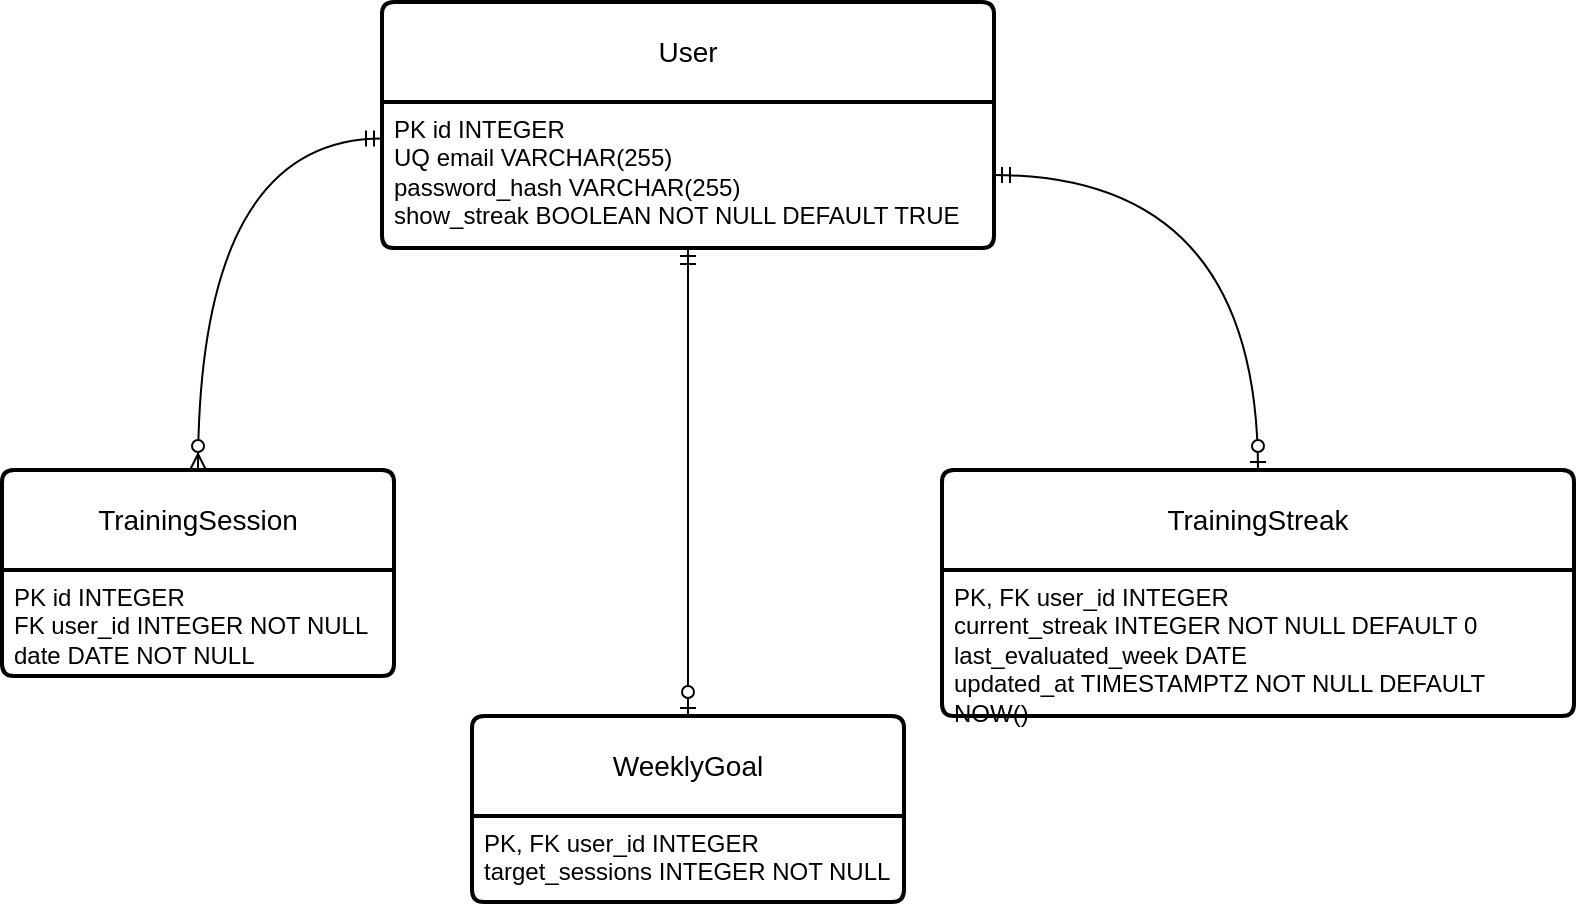
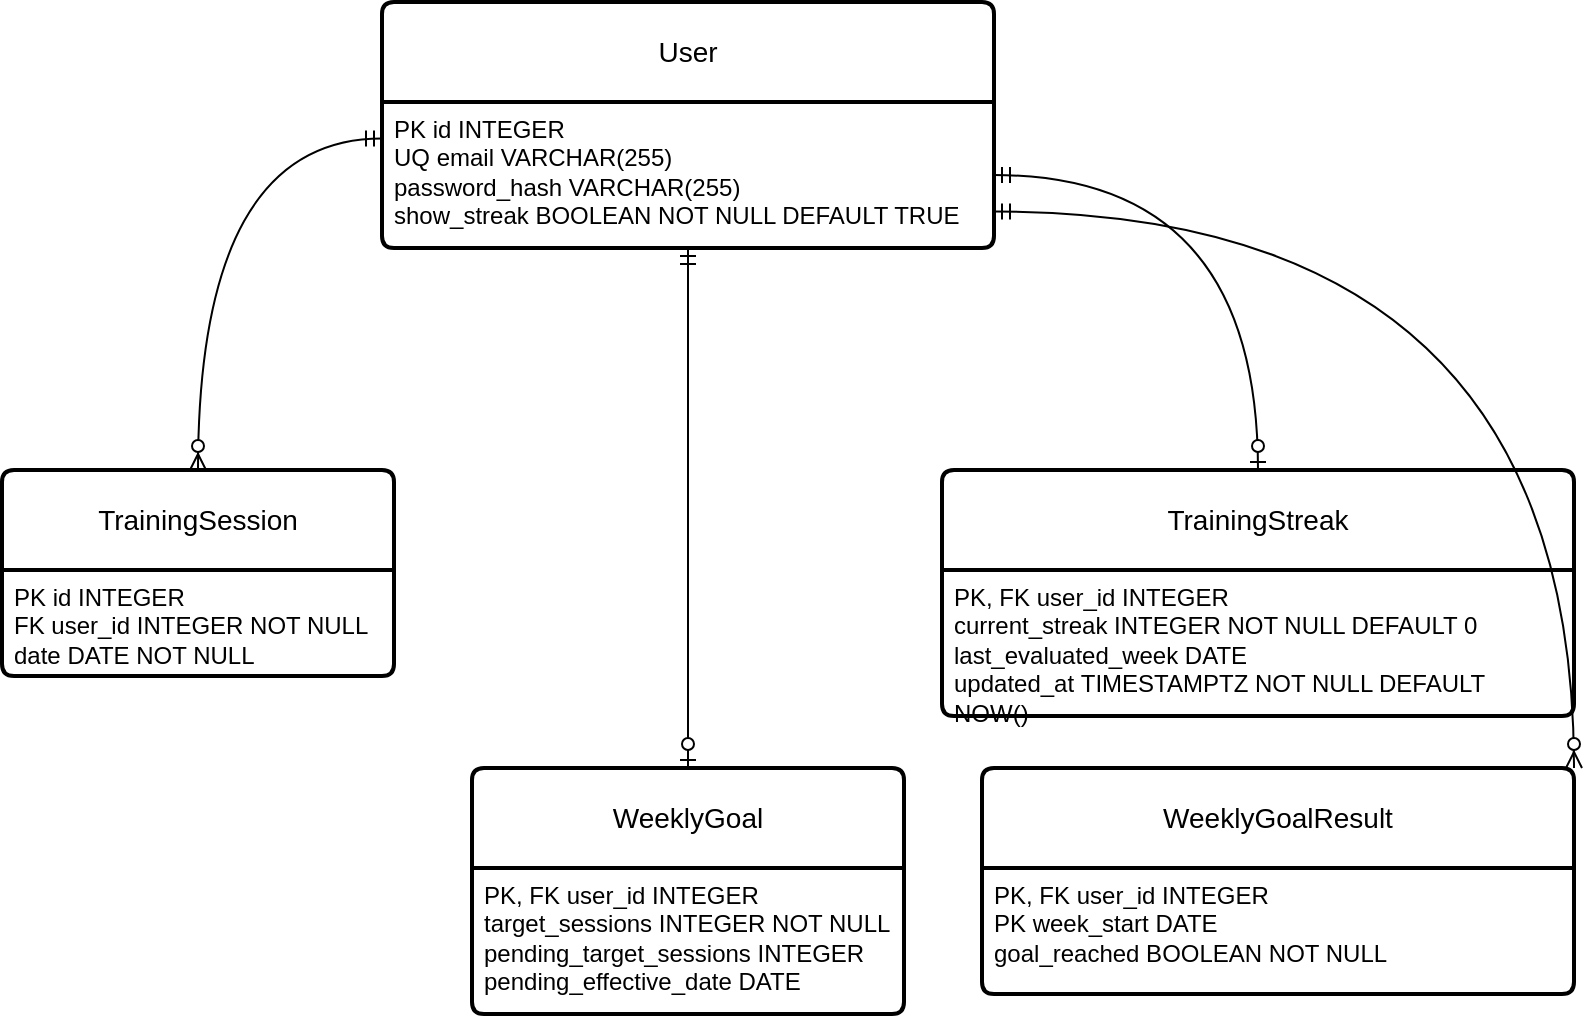
<mxfile host="app.diagrams.net" agent="5.0 (Macintosh; Intel Mac OS X 10_14_6) AppleWebKit/537.36 (KHTML, like Gecko) Chrome/83.0.4103.116 Safari/537.36">
  <diagram id="R2lEEEUBdFMjLlhIrx00" name="Page-1">
    <mxGraphModel dx="1414" dy="743" grid="1" gridSize="10" guides="1" tooltips="1" connect="1" arrows="1" fold="1" page="1" pageScale="1" pageWidth="827" pageHeight="583" math="0" shadow="0" extFonts="Permanent Marker^https://fonts.googleapis.com/css?family=Permanent+Marker">
      <root>
        <mxCell id="0" />
        <mxCell id="1" parent="0" />
        <mxCell id="Xq3O1IXpE6xfkBdjZymh-1" parent="1" style="swimlane;childLayout=stackLayout;horizontal=1;startSize=50;horizontalStack=0;rounded=1;fontSize=14;fontStyle=0;strokeWidth=2;resizeParent=0;resizeLast=1;shadow=0;dashed=0;align=center;arcSize=4;whiteSpace=wrap;html=1;" value="User       " vertex="1">
          <mxGeometry height="123" width="306" x="211" y="67" as="geometry">
            <mxRectangle height="50" width="70" x="360" y="80" as="alternateBounds" />
          </mxGeometry>
        </mxCell>
        <mxCell id="Xq3O1IXpE6xfkBdjZymh-2" parent="Xq3O1IXpE6xfkBdjZymh-1" style="align=left;strokeColor=none;fillColor=none;spacingLeft=4;spacingRight=4;fontSize=12;verticalAlign=top;resizable=0;rotatable=0;part=1;html=1;whiteSpace=wrap;" value="PK id INTEGER&lt;br&gt;UQ email&lt;span style=&quot;white-space: pre;&quot;&gt;&#x9;&lt;/span&gt;VARCHAR(255)&lt;br&gt;password_hash VARCHAR(255)&lt;div&gt;show_streak&amp;nbsp;BOOLEAN NOT NULL DEFAULT TRUE&lt;/div&gt;" vertex="1">
          <mxGeometry height="73" width="306" y="50" as="geometry" />
        </mxCell>
        <mxCell id="Xq3O1IXpE6xfkBdjZymh-3" parent="1" style="swimlane;childLayout=stackLayout;horizontal=1;startSize=50;horizontalStack=0;rounded=1;fontSize=14;fontStyle=0;strokeWidth=2;resizeParent=0;resizeLast=1;shadow=0;dashed=0;align=center;arcSize=4;whiteSpace=wrap;html=1;" value="TrainingSession             " vertex="1">
          <mxGeometry height="103" width="196" x="21" y="301" as="geometry" />
        </mxCell>
        <mxCell id="Xq3O1IXpE6xfkBdjZymh-4" parent="Xq3O1IXpE6xfkBdjZymh-3" style="align=left;strokeColor=none;fillColor=none;spacingLeft=4;spacingRight=4;fontSize=12;verticalAlign=top;resizable=0;rotatable=0;part=1;html=1;whiteSpace=wrap;" value="&lt;div&gt;PK id&amp;nbsp;&lt;span style=&quot;background-color: transparent; color: light-dark(rgb(0, 0, 0), rgb(255, 255, 255));&quot;&gt;INTEGER&lt;/span&gt;&lt;/div&gt;FK user_id INTEGER NOT NULL&lt;div&gt;date&amp;nbsp;DATE&amp;nbsp;NOT NULL&lt;/div&gt;" vertex="1">
          <mxGeometry height="53" width="196" y="50" as="geometry" />
        </mxCell>
        <mxCell id="Xq3O1IXpE6xfkBdjZymh-5" parent="1" style="swimlane;childLayout=stackLayout;horizontal=1;startSize=50;horizontalStack=0;rounded=1;fontSize=14;fontStyle=0;strokeWidth=2;resizeParent=0;resizeLast=1;shadow=0;dashed=0;align=center;arcSize=4;whiteSpace=wrap;html=1;" value="WeeklyGoal                      " vertex="1">
-           <mxGeometry height="93" width="216" x="256" y="424" as="geometry" />
+           <mxGeometry height="123" width="216" x="256" y="450" as="geometry" />
        </mxCell>
-         <mxCell id="Xq3O1IXpE6xfkBdjZymh-6" parent="Xq3O1IXpE6xfkBdjZymh-5" style="align=left;strokeColor=none;fillColor=none;spacingLeft=4;spacingRight=4;fontSize=12;verticalAlign=top;resizable=0;rotatable=0;part=1;html=1;whiteSpace=wrap;" value="&lt;div&gt;&lt;span style=&quot;background-color: transparent; color: light-dark(rgb(0, 0, 0), rgb(255, 255, 255));&quot;&gt;PK, FK user_id&amp;nbsp;&lt;/span&gt;&lt;span style=&quot;background-color: transparent; color: light-dark(rgb(0, 0, 0), rgb(255, 255, 255));&quot;&gt;INTEGER&lt;/span&gt;&lt;/div&gt;&lt;div&gt;target_sessions&amp;nbsp;&lt;span style=&quot;background-color: transparent; color: light-dark(rgb(0, 0, 0), rgb(255, 255, 255));&quot;&gt;INTEGER NOT NULL&lt;/span&gt;&lt;/div&gt;" vertex="1">
-           <mxGeometry height="43" width="216" y="50" as="geometry" />
+         <mxCell id="Xq3O1IXpE6xfkBdjZymh-6" parent="Xq3O1IXpE6xfkBdjZymh-5" style="align=left;strokeColor=none;fillColor=none;spacingLeft=4;spacingRight=4;fontSize=12;verticalAlign=top;resizable=0;rotatable=0;part=1;html=1;whiteSpace=wrap;" value="&lt;div&gt;&lt;span style=&quot;background-color: transparent; color: light-dark(rgb(0, 0, 0), rgb(255, 255, 255));&quot;&gt;PK, FK user_id&amp;nbsp;&lt;/span&gt;&lt;span style=&quot;background-color: transparent; color: light-dark(rgb(0, 0, 0), rgb(255, 255, 255));&quot;&gt;INTEGER&lt;/span&gt;&lt;/div&gt;&lt;div&gt;target_sessions INTEGER NOT NULL&lt;/div&gt;&lt;div&gt;pending_target_sessions INTEGER&lt;/div&gt;&lt;div&gt;pending_effective_date DATE&lt;/div&gt;" vertex="1">
+           <mxGeometry height="73" width="216" y="50" as="geometry" />
        </mxCell>
        <mxCell id="Xq3O1IXpE6xfkBdjZymh-7" parent="1" style="swimlane;childLayout=stackLayout;horizontal=1;startSize=50;horizontalStack=0;rounded=1;fontSize=14;fontStyle=0;strokeWidth=2;resizeParent=0;resizeLast=1;shadow=0;dashed=0;align=center;arcSize=4;whiteSpace=wrap;html=1;" value="TrainingStreak       " vertex="1">
          <mxGeometry height="123" width="316" x="491" y="301" as="geometry" />
        </mxCell>
        <mxCell id="Xq3O1IXpE6xfkBdjZymh-8" parent="Xq3O1IXpE6xfkBdjZymh-7" style="align=left;strokeColor=none;fillColor=none;spacingLeft=4;spacingRight=4;fontSize=12;verticalAlign=top;resizable=0;rotatable=0;part=1;html=1;whiteSpace=wrap;" value="&lt;div&gt;&lt;span style=&quot;background-color: transparent; color: light-dark(rgb(0, 0, 0), rgb(255, 255, 255));&quot;&gt;PK, FK user_id&amp;nbsp;&lt;/span&gt;&lt;span style=&quot;background-color: transparent; color: light-dark(rgb(0, 0, 0), rgb(255, 255, 255));&quot;&gt;INTEGER&lt;/span&gt;&lt;/div&gt;&lt;div&gt;current_streak&amp;nbsp;INTEGER NOT NULL DEFAULT 0&lt;/div&gt;&lt;div&gt;last_evaluated_week&amp;nbsp;DATE&amp;nbsp;&lt;/div&gt;&lt;div&gt;updated_at&amp;nbsp;TIMESTAMPTZ NOT NULL DEFAULT NOW()&lt;/div&gt;" vertex="1">
          <mxGeometry height="73" width="316" y="50" as="geometry" />
        </mxCell>
        <mxCell id="Xq3O1IXpE6xfkBdjZymh-14" edge="1" parent="1" source="Xq3O1IXpE6xfkBdjZymh-2" style="edgeStyle=orthogonalEdgeStyle;fontSize=12;html=1;endArrow=ERzeroToMany;startArrow=ERmandOne;rounded=0;exitX=0;exitY=0.25;exitDx=0;exitDy=0;curved=1;" target="Xq3O1IXpE6xfkBdjZymh-3" value="">
          <mxGeometry height="100" relative="1" width="100" as="geometry">
            <mxPoint x="415" y="494" as="sourcePoint" />
            <mxPoint x="515" y="394" as="targetPoint" />
          </mxGeometry>
        </mxCell>
        <mxCell id="Xq3O1IXpE6xfkBdjZymh-15" edge="1" parent="1" source="Xq3O1IXpE6xfkBdjZymh-2" style="fontSize=12;html=1;endArrow=ERzeroToOne;startArrow=ERmandOne;rounded=0;entryX=0.5;entryY=0;entryDx=0;entryDy=0;exitX=0.5;exitY=1;exitDx=0;exitDy=0;" target="Xq3O1IXpE6xfkBdjZymh-5" value="">
          <mxGeometry height="100" relative="1" width="100" as="geometry">
            <mxPoint x="361" y="197" as="sourcePoint" />
            <mxPoint x="362.38999999999993" y="424.00000000000006" as="targetPoint" />
          </mxGeometry>
        </mxCell>
        <mxCell id="Xq3O1IXpE6xfkBdjZymh-16" edge="1" parent="1" source="Xq3O1IXpE6xfkBdjZymh-2" style="fontSize=12;html=1;endArrow=ERzeroToOne;startArrow=ERmandOne;rounded=0;exitX=1;exitY=0.5;exitDx=0;exitDy=0;entryX=0.5;entryY=0;entryDx=0;entryDy=0;edgeStyle=orthogonalEdgeStyle;curved=1;" target="Xq3O1IXpE6xfkBdjZymh-7" value="">
          <mxGeometry height="100" relative="1" width="100" as="geometry">
            <mxPoint x="565" y="274" as="sourcePoint" />
            <mxPoint x="635" y="346.5" as="targetPoint" />
          </mxGeometry>
        </mxCell>
+         <mxCell id="Xq3O1IXpE6xfkBdjZymh-17" parent="1" style="swimlane;childLayout=stackLayout;horizontal=1;startSize=50;horizontalStack=0;rounded=1;fontSize=14;fontStyle=0;strokeWidth=2;resizeParent=0;resizeLast=1;shadow=0;dashed=0;align=center;arcSize=4;whiteSpace=wrap;html=1;" value="WeeklyGoalResult" vertex="1">
+           <mxGeometry height="113" width="296" x="511" y="450" as="geometry" />
+         </mxCell>
+         <mxCell id="Xq3O1IXpE6xfkBdjZymh-18" parent="Xq3O1IXpE6xfkBdjZymh-17" style="align=left;strokeColor=none;fillColor=none;spacingLeft=4;spacingRight=4;fontSize=12;verticalAlign=top;resizable=0;rotatable=0;part=1;html=1;whiteSpace=wrap;" value="&lt;div&gt;PK, FK user_id INTEGER&lt;/div&gt;&lt;div&gt;PK week_start DATE&lt;/div&gt;&lt;div&gt;goal_reached BOOLEAN NOT NULL&lt;/div&gt;" vertex="1">
+           <mxGeometry height="63" width="296" y="50" as="geometry" />
+         </mxCell>
+         <mxCell id="Xq3O1IXpE6xfkBdjZymh-19" edge="1" parent="1" source="Xq3O1IXpE6xfkBdjZymh-2" style="edgeStyle=orthogonalEdgeStyle;fontSize=12;html=1;endArrow=ERzeroToMany;startArrow=ERmandOne;rounded=0;exitX=1;exitY=0.75;exitDx=0;exitDy=0;entryX=1;entryY=0;entryDx=0;entryDy=0;curved=1;" target="Xq3O1IXpE6xfkBdjZymh-17" value="">
+           <mxGeometry height="100" relative="1" width="100" as="geometry">
+             <mxPoint x="517" y="160" as="sourcePoint" />
+             <mxPoint x="807" y="450" as="targetPoint" />
+           </mxGeometry>
+         </mxCell>
      </root>
    </mxGraphModel>
  </diagram>
</mxfile>
